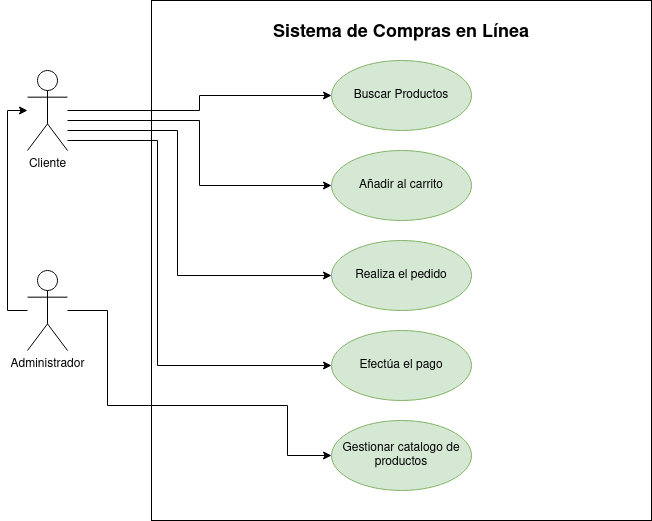
The draw.io diagram Sistema de Compras en Línea.png in alejandrosalazargonzalez/tarea-diagramas, before a commit. Source tidied: cells renumbered, new cells last; positions are measured from the earlier drawing's top-left corner, leaving out a move shared by most shapes.
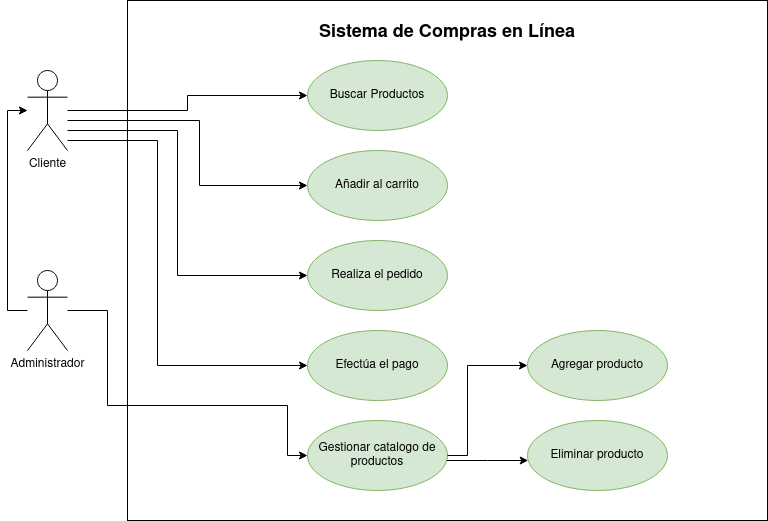
After the change.

What changed in the source:
```diff
@@ -54,10 +54,10 @@
       <mxGeometry x="20" y="270" width="40" height="80" as="geometry" />
     </mxCell>
     <mxCell id="10" style="group;" parent="1" vertex="1">
-      <mxGeometry x="144" width="500" height="520" as="geometry" />
+      <mxGeometry x="120" width="640" height="520" as="geometry" />
     </mxCell>
     <mxCell id="11" value="&lt;h2 dir=&quot;auto&quot; class=&quot;heading-element&quot; tabindex=&quot;-1&quot;&gt;Sistema de Compras en Línea&lt;/h2&gt;" style="shape=rect;html=1;verticalAlign=top;fontStyle=1;whiteSpace=wrap;align=center;fillColor=none;" parent="10" vertex="1">
-      <mxGeometry width="500" height="520" as="geometry" />
+      <mxGeometry width="640" height="520" as="geometry" />
     </mxCell>
     <mxCell id="12" value="Buscar Productos" style="ellipse;whiteSpace=wrap;html=1;fillColor=#d5e8d4;strokeColor=#82b366;" parent="10" vertex="1">
       <mxGeometry x="180" y="60" width="140" height="70" as="geometry" />
@@ -74,5 +74,27 @@
     <mxCell id="16" value="&lt;div&gt;Gestionar catalogo de productos&lt;/div&gt;" style="ellipse;whiteSpace=wrap;html=1;fillColor=#d5e8d4;strokeColor=#82b366;" parent="10" vertex="1">
       <mxGeometry x="180" y="420" width="140" height="70" as="geometry" />
     </mxCell>
+    <mxCell id="17" value="Agregar producto" style="ellipse;whiteSpace=wrap;html=1;fillColor=#d5e8d4;strokeColor=#82b366;" parent="10" vertex="1">
+      <mxGeometry x="400" y="330" width="140" height="70" as="geometry" />
+    </mxCell>
+    <mxCell id="18" style="edgeStyle=orthogonalEdgeStyle;rounded=0;jettySize=auto;html=1;" parent="10" edge="1" source="16" target="17">
+      <mxGeometry relative="1" as="geometry">
+        <Array as="points">
+          <mxPoint x="340" y="455" />
+          <mxPoint x="340" y="365" />
+        </Array>
+      </mxGeometry>
+    </mxCell>
+    <mxCell id="19" value="Eliminar producto" style="ellipse;whiteSpace=wrap;html=1;fillColor=#d5e8d4;strokeColor=#82b366;" parent="1" vertex="1">
+      <mxGeometry x="520" y="420" width="140" height="70" as="geometry" />
+    </mxCell>
+    <mxCell id="20" style="edgeStyle=orthogonalEdgeStyle;rounded=0;jettySize=auto;html=1;" parent="1" edge="1" source="16" target="19">
+      <mxGeometry relative="1" as="geometry">
+        <Array as="points">
+          <mxPoint x="480" y="460" />
+          <mxPoint x="480" y="460" />
+        </Array>
+      </mxGeometry>
+    </mxCell>
   </root>
 </mxGraphModel>
```
